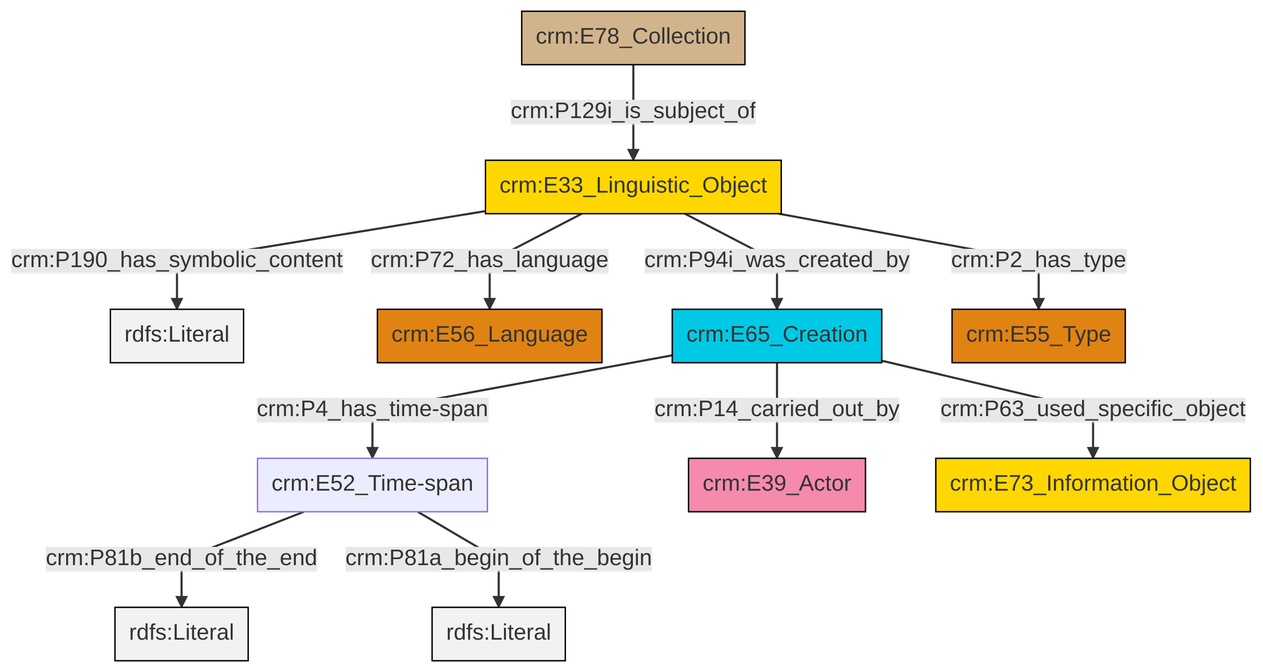
Earlier version of the Mermaid export et/archivalCSV/ttl/mmd/png/archival_desc.png (swiss-art-research-net/docs.swissartresearch). Its source is kept beside it as et/archivalCSV/ttl/mmd/archival_desc.ttl.mmd. Its diagram source:
```mermaid
graph TD
classDef Literal fill:#f2f2f2,stroke:#000000;
classDef CRM_Entity fill:#FFFFFF,stroke:#000000;
classDef Temporal_Entity fill:#00C9E6, stroke:#000000;
classDef Type fill:#E18312, stroke:#000000;
classDef Time-Span fill:#2C9C91, stroke:#000000;
classDef Appellation fill:#FFEB7F, stroke:#000000;
classDef Place fill:#008836, stroke:#000000;
classDef Persistent_Item fill:#B266B2, stroke:#000000;
classDef Conceptual_Object fill:#FFD700, stroke:#000000;
classDef Physical_Thing fill:#D2B48C, stroke:#000000;
classDef Actor fill:#f58aad, stroke:#000000;
classDef PC_Classes fill:#4ce600, stroke:#000000;
classDef Multi fill:#cccccc,stroke:#000000;

0["crm:E33_Linguistic_Object"]:::Conceptual_Object -->|crm:P190_has_symbolic_content| 1[rdfs:Literal]:::Literal
2["crm:E78_Collection"]:::Physical_Thing -->|crm:P129i_is_subject_of| 0["crm:E33_Linguistic_Object"]:::Conceptual_Object
3["crm:E52_Time-span"]:::Default -->|crm:P81b_end_of_the_end| 5[rdfs:Literal]:::Literal
3["crm:E52_Time-span"]:::Default -->|crm:P81a_begin_of_the_begin| 10[rdfs:Literal]:::Literal
11["crm:E65_Creation"]:::Temporal_Entity -->|crm:P63_used_specific_object| 12["crm:E73_Information_Object"]:::Conceptual_Object
0["crm:E33_Linguistic_Object"]:::Conceptual_Object -->|crm:P2_has_type| 13["crm:E55_Type"]:::Type
0["crm:E33_Linguistic_Object"]:::Conceptual_Object -->|crm:P94i_was_created_by| 11["crm:E65_Creation"]:::Temporal_Entity
0["crm:E33_Linguistic_Object"]:::Conceptual_Object -->|crm:P72_has_language| 8["crm:E56_Language"]:::Type
11["crm:E65_Creation"]:::Temporal_Entity -->|crm:P14_carried_out_by| 6["crm:E39_Actor"]:::Actor
11["crm:E65_Creation"]:::Temporal_Entity -->|crm:P4_has_time-span| 3["crm:E52_Time-span"]:::Default
```
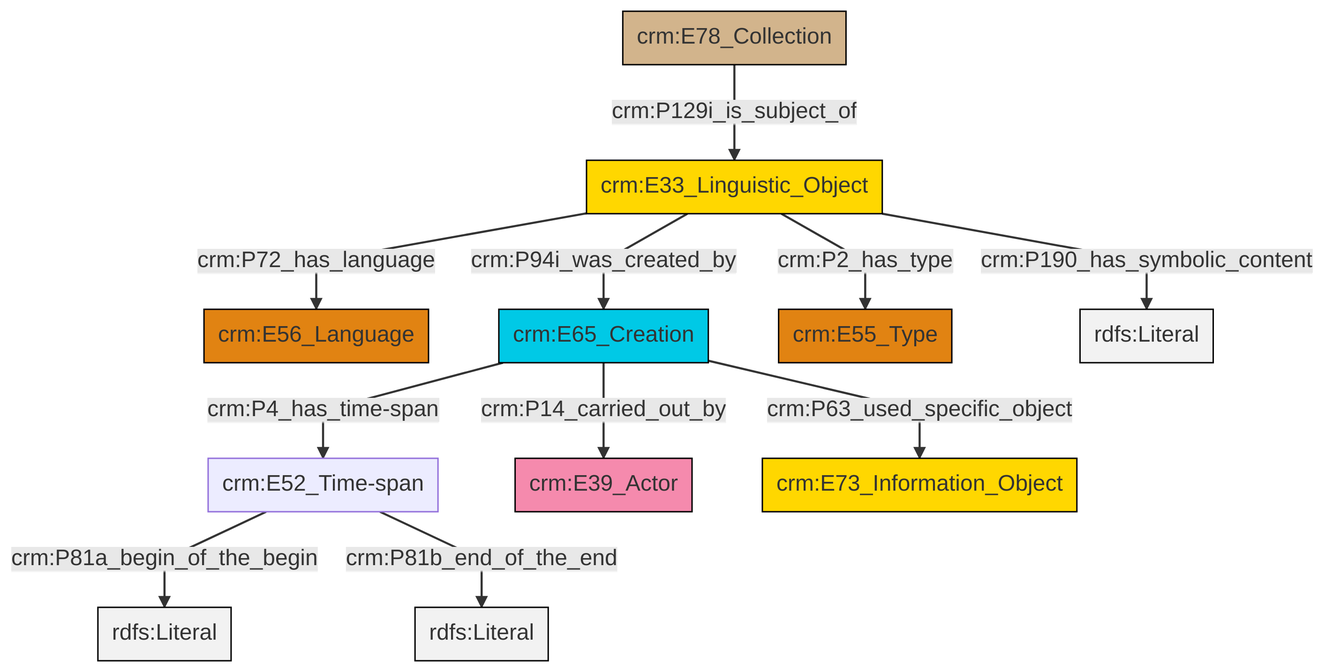
Above is the later version.

Change to the diagram source:
```diff
@@ -13,13 +13,13 @@
 classDef PC_Classes fill:#4ce600, stroke:#000000;
 classDef Multi fill:#cccccc,stroke:#000000;
 
-0["crm:E33_Linguistic_Object"]:::Conceptual_Object -->|crm:P190_has_symbolic_content| 1[rdfs:Literal]:::Literal
-2["crm:E78_Collection"]:::Physical_Thing -->|crm:P129i_is_subject_of| 0["crm:E33_Linguistic_Object"]:::Conceptual_Object
-3["crm:E52_Time-span"]:::Default -->|crm:P81b_end_of_the_end| 5[rdfs:Literal]:::Literal
-3["crm:E52_Time-span"]:::Default -->|crm:P81a_begin_of_the_begin| 10[rdfs:Literal]:::Literal
-11["crm:E65_Creation"]:::Temporal_Entity -->|crm:P63_used_specific_object| 12["crm:E73_Information_Object"]:::Conceptual_Object
-0["crm:E33_Linguistic_Object"]:::Conceptual_Object -->|crm:P2_has_type| 13["crm:E55_Type"]:::Type
-0["crm:E33_Linguistic_Object"]:::Conceptual_Object -->|crm:P94i_was_created_by| 11["crm:E65_Creation"]:::Temporal_Entity
-0["crm:E33_Linguistic_Object"]:::Conceptual_Object -->|crm:P72_has_language| 8["crm:E56_Language"]:::Type
-11["crm:E65_Creation"]:::Temporal_Entity -->|crm:P14_carried_out_by| 6["crm:E39_Actor"]:::Actor
-11["crm:E65_Creation"]:::Temporal_Entity -->|crm:P4_has_time-span| 3["crm:E52_Time-span"]:::Default
+0["crm:E52_Time-span"]:::Default -->|crm:P81a_begin_of_the_begin| 6[rdfs:Literal]:::Literal
+0["crm:E52_Time-span"]:::Default -->|crm:P81b_end_of_the_end| 7[rdfs:Literal]:::Literal
+8["crm:E33_Linguistic_Object"]:::Conceptual_Object -->|crm:P72_has_language| 9["crm:E56_Language"]:::Type
+10["crm:E65_Creation"]:::Temporal_Entity -->|crm:P4_has_time-span| 0["crm:E52_Time-span"]:::Default
+10["crm:E65_Creation"]:::Temporal_Entity -->|crm:P63_used_specific_object| 4["crm:E73_Information_Object"]:::Conceptual_Object
+10["crm:E65_Creation"]:::Temporal_Entity -->|crm:P14_carried_out_by| 2["crm:E39_Actor"]:::Actor
+8["crm:E33_Linguistic_Object"]:::Conceptual_Object -->|crm:P2_has_type| 12["crm:E55_Type"]:::Type
+8["crm:E33_Linguistic_Object"]:::Conceptual_Object -->|crm:P94i_was_created_by| 10["crm:E65_Creation"]:::Temporal_Entity
+8["crm:E33_Linguistic_Object"]:::Conceptual_Object -->|crm:P190_has_symbolic_content| 18[rdfs:Literal]:::Literal
+16["crm:E78_Collection"]:::Physical_Thing -->|crm:P129i_is_subject_of| 8["crm:E33_Linguistic_Object"]:::Conceptual_Object
```
